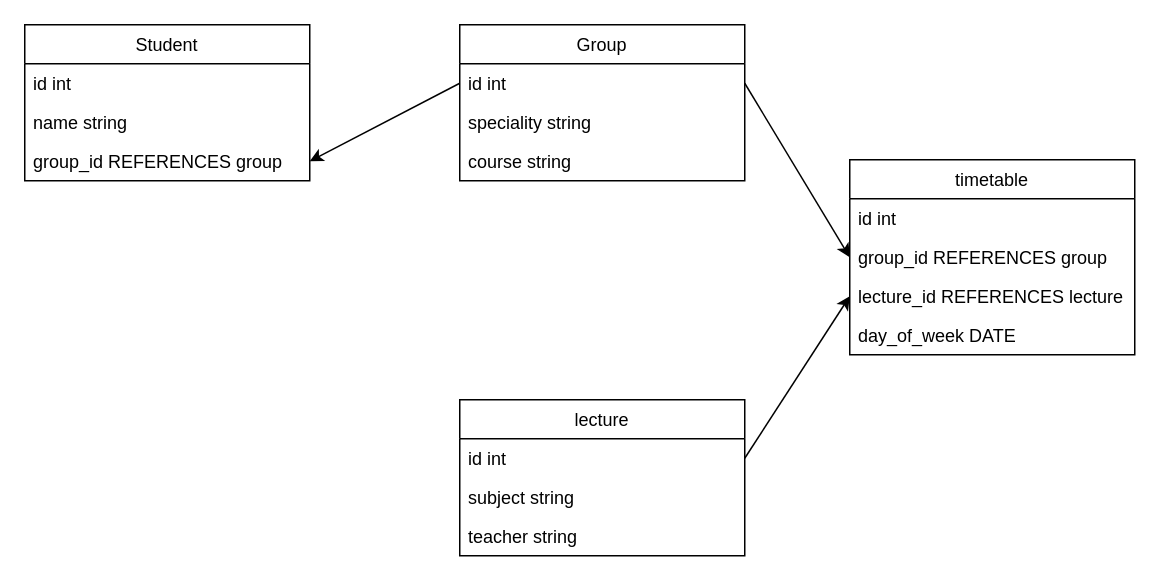
The draw.io diagram Untitled Diagram.drawio in Milexe/Test_task_Elinext, before the edit. Source tidied: cells renumbered, new cells numbered last; positions are measured from the earlier drawing's top-left corner, leaving out a move shared by most shapes. Both pictures are drawn from the tidied source at 150%, with x=0, y=0 at pixel (24, 24).
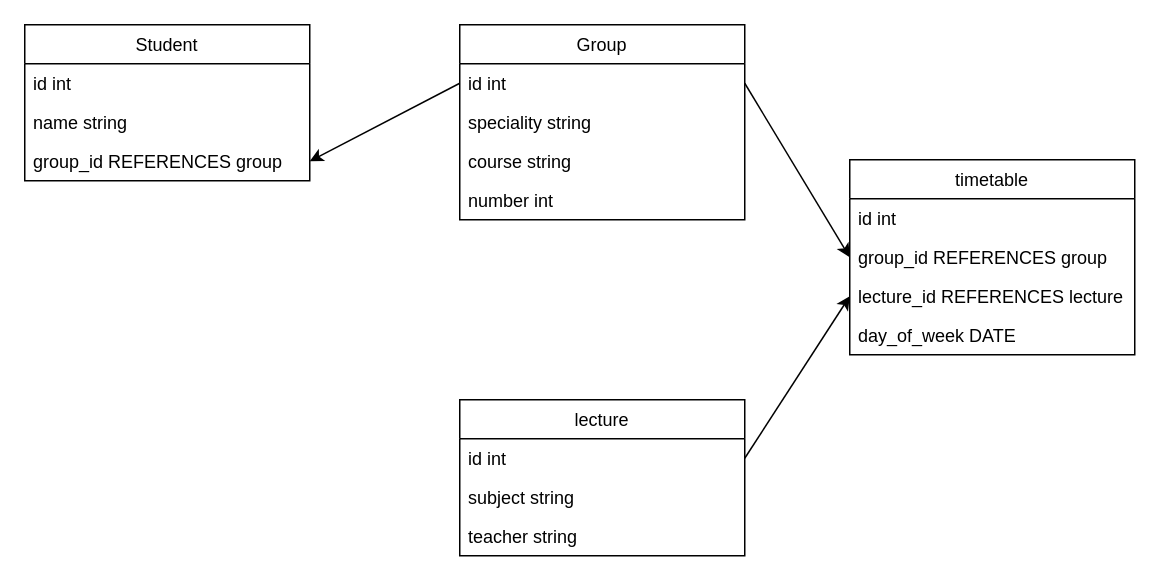
Above is the later version.

The edit, as a diff of the source:
```diff
@@
     <mxCell id="6" value="Group" style="swimlane;fontStyle=0;horizontal=1;startSize=26;fillColor=none;" parent="1" vertex="1">
-      <mxGeometry x="290" width="190" height="104" as="geometry" />
+      <mxGeometry x="290" width="190" height="130" as="geometry" />
     </mxCell>
@@
+    <mxCell id="22" value="number int " style="text;strokeColor=none;fillColor=none;align=left;verticalAlign=top;spacingLeft=4;spacingRight=4;overflow=hidden;" parent="6" vertex="1">
+      <mxGeometry y="104" width="190" height="26" as="geometry" />
+    </mxCell>
```
